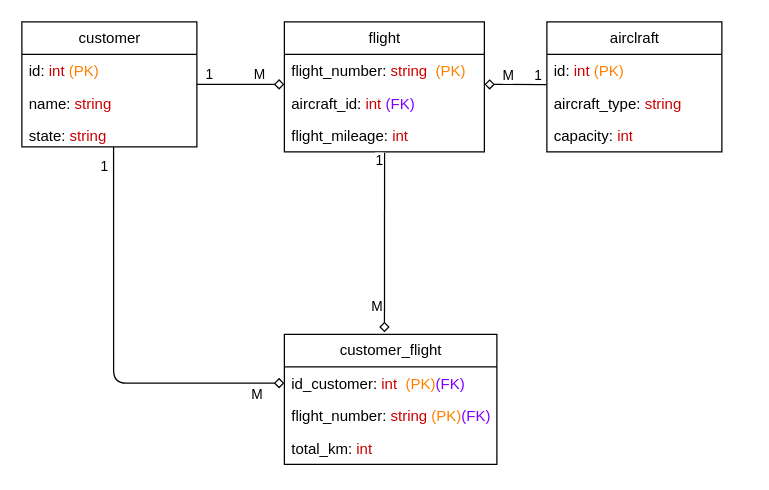
The draw.io diagram airline/airline.drawio in FelixRodriguezG/Enterprise-Java-Development-3.02, before the edit. Source tidied: cells renumbered, new cells numbered last; positions are measured from the earlier drawing's top-left corner, leaving out a move shared by most shapes. Both pictures are drawn from the tidied source at 125%, with x=0, y=0 at pixel (21, 21).
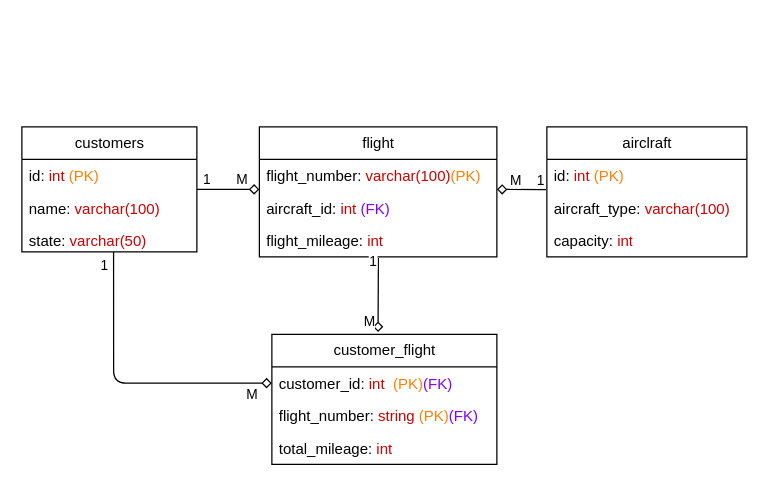
The same diagram, later.

Diff of the diagram source:
```diff
@@
     <mxCell id="2" value="flight" style="swimlane;fontStyle=0;horizontal=1;startSize=26;fillColor=none;html=1;" parent="1" vertex="1">
-      <mxGeometry x="210" width="160" height="104" as="geometry" />
+      <mxGeometry x="190" y="84" width="190" height="104" as="geometry" />
     </mxCell>
-    <mxCell id="3" value="&lt;span style=&quot;color: rgb(0, 0, 0);&quot;&gt;flight&lt;/span&gt;_number: &lt;font style=&quot;color: rgb(204, 0, 0);&quot;&gt;string&amp;nbsp; &lt;/font&gt;&lt;font style=&quot;color: rgb(255, 128, 0);&quot;&gt;(PK)&lt;/font&gt;" style="text;strokeColor=none;fillColor=none;align=left;verticalAlign=top;spacingLeft=4;spacingRight=4;overflow=hidden;points=[[0,0.5],[1,0.5]];portConstraint=eastwest;whiteSpace=wrap;html=1;" parent="2" vertex="1">
-      <mxGeometry y="26" width="160" height="26" as="geometry" />
+    <mxCell id="3" value="&lt;span style=&quot;color: rgb(0, 0, 0);&quot;&gt;flight&lt;/span&gt;_number:&amp;nbsp;&lt;font style=&quot;color: rgb(255, 128, 0);&quot;&gt;&lt;span style=&quot;color: rgb(204, 0, 0);&quot;&gt;varchar(100)&lt;/span&gt;(PK)&lt;/font&gt;" style="text;strokeColor=none;fillColor=none;align=left;verticalAlign=top;spacingLeft=4;spacingRight=4;overflow=hidden;points=[[0,0.5],[1,0.5]];portConstraint=eastwest;whiteSpace=wrap;html=1;" parent="2" vertex="1">
+      <mxGeometry y="26" width="190" height="26" as="geometry" />
     </mxCell>
     <mxCell id="4" value="aircraft_id: &lt;font style=&quot;color: rgb(204, 0, 0);&quot;&gt;int&amp;nbsp;&lt;/font&gt;&lt;font style=&quot;color: rgb(127, 0, 255);&quot;&gt;(FK)&lt;/font&gt;" style="text;strokeColor=none;fillColor=none;align=left;verticalAlign=top;spacingLeft=4;spacingRight=4;overflow=hidden;whiteSpace=wrap;html=1;" parent="2" vertex="1">
-      <mxGeometry y="52" width="160" height="26" as="geometry" />
+      <mxGeometry y="52" width="190" height="26" as="geometry" />
     </mxCell>
     <mxCell id="5" value="flight_mileage: &lt;font style=&quot;color: rgb(204, 0, 0);&quot;&gt;int&amp;nbsp;&lt;/font&gt;" style="text;strokeColor=none;fillColor=none;align=left;verticalAlign=top;spacingLeft=4;spacingRight=4;overflow=hidden;points=[[0,0.5],[1,0.5]];portConstraint=eastwest;whiteSpace=wrap;html=1;" parent="2" vertex="1">
-      <mxGeometry y="78" width="160" height="26" as="geometry" />
+      <mxGeometry y="78" width="190" height="26" as="geometry" />
     </mxCell>
@@
-    <mxCell id="9" value="customer" style="swimlane;fontStyle=0;horizontal=1;startSize=26;fillColor=none;html=1;" parent="1" vertex="1">
-      <mxGeometry width="140" height="100" as="geometry" />
+    <mxCell id="9" value="customers" style="swimlane;fontStyle=0;horizontal=1;startSize=26;fillColor=none;html=1;" parent="1" vertex="1">
+      <mxGeometry y="84" width="140" height="100" as="geometry" />
     </mxCell>
@@
-    <mxCell id="11" value="name: &lt;font style=&quot;color: rgb(204, 0, 0);&quot;&gt;string&lt;/font&gt;" style="text;strokeColor=none;fillColor=none;align=left;verticalAlign=top;spacingLeft=4;spacingRight=4;overflow=hidden;whiteSpace=wrap;html=1;" parent="9" vertex="1">
+    <mxCell id="11" value="name: &lt;font style=&quot;color: rgb(204, 0, 0);&quot;&gt;varchar(100)&lt;/font&gt;" style="text;strokeColor=none;fillColor=none;align=left;verticalAlign=top;spacingLeft=4;spacingRight=4;overflow=hidden;whiteSpace=wrap;html=1;" parent="9" vertex="1">
       <mxGeometry y="52" width="140" height="26" as="geometry" />
     </mxCell>
-    <mxCell id="12" value="state: &lt;font style=&quot;color: rgb(204, 0, 0);&quot;&gt;string&lt;/font&gt;" style="text;strokeColor=none;fillColor=none;align=left;verticalAlign=top;spacingLeft=4;spacingRight=4;overflow=hidden;points=[[0,0.5],[1,0.5]];portConstraint=eastwest;whiteSpace=wrap;html=1;" parent="9" vertex="1">
+    <mxCell id="12" value="state:&amp;nbsp;&lt;span style=&quot;color: rgb(204, 0, 0);&quot;&gt;varchar(50)&lt;/span&gt;" style="text;strokeColor=none;fillColor=none;align=left;verticalAlign=top;spacingLeft=4;spacingRight=4;overflow=hidden;points=[[0,0.5],[1,0.5]];portConstraint=eastwest;whiteSpace=wrap;html=1;" parent="9" vertex="1">
       <mxGeometry y="78" width="140" height="22" as="geometry" />
     </mxCell>
     <mxCell id="13" value="airclraft" style="swimlane;fontStyle=0;horizontal=1;startSize=26;fillColor=none;html=1;" parent="1" vertex="1">
-      <mxGeometry x="420" width="140" height="104" as="geometry" />
+      <mxGeometry x="420" y="84" width="160" height="104" as="geometry" />
     </mxCell>
     <mxCell id="14" value="id: &lt;font style=&quot;color: rgb(204, 0, 0);&quot;&gt;int&amp;nbsp;&lt;/font&gt;&lt;span style=&quot;color: rgb(255, 128, 0);&quot;&gt;(PK)&lt;/span&gt;" style="text;strokeColor=none;fillColor=none;align=left;verticalAlign=top;spacingLeft=4;spacingRight=4;overflow=hidden;points=[[0,0.5],[1,0.5]];portConstraint=eastwest;whiteSpace=wrap;html=1;" parent="13" vertex="1">
-      <mxGeometry y="26" width="140" height="26" as="geometry" />
+      <mxGeometry y="26" width="160" height="26" as="geometry" />
     </mxCell>
-    <mxCell id="15" value="aircraft_type: &lt;font style=&quot;color: rgb(204, 0, 0);&quot;&gt;string&lt;/font&gt;" style="text;strokeColor=none;fillColor=none;align=left;verticalAlign=top;spacingLeft=4;spacingRight=4;overflow=hidden;whiteSpace=wrap;html=1;" parent="13" vertex="1">
-      <mxGeometry y="52" width="140" height="26" as="geometry" />
+    <mxCell id="15" value="aircraft_type:&amp;nbsp;&lt;span style=&quot;color: rgb(204, 0, 0);&quot;&gt;varchar(100)&lt;/span&gt;" style="text;strokeColor=none;fillColor=none;align=left;verticalAlign=top;spacingLeft=4;spacingRight=4;overflow=hidden;whiteSpace=wrap;html=1;" parent="13" vertex="1">
+      <mxGeometry y="52" width="160" height="26" as="geometry" />
     </mxCell>
     <mxCell id="16" value="capacity: &lt;font style=&quot;color: rgb(204, 0, 0);&quot;&gt;int&lt;/font&gt;" style="text;strokeColor=none;fillColor=none;align=left;verticalAlign=top;spacingLeft=4;spacingRight=4;overflow=hidden;whiteSpace=wrap;html=1;" parent="13" vertex="1">
-      <mxGeometry y="78" width="140" height="26" as="geometry" />
+      <mxGeometry y="78" width="160" height="26" as="geometry" />
     </mxCell>
     <mxCell id="17" value="customer_flight" style="swimlane;fontStyle=0;horizontal=1;startSize=26;fillColor=none;html=1;" parent="1" vertex="1">
-      <mxGeometry x="210" y="250" width="170" height="104" as="geometry" />
+      <mxGeometry x="200" y="250" width="180" height="104" as="geometry" />
     </mxCell>
-    <mxCell id="18" value="id_customer: &lt;font style=&quot;color: rgb(204, 0, 0);&quot;&gt;int&amp;nbsp;&amp;nbsp;&lt;/font&gt;&lt;span style=&quot;color: rgb(255, 128, 0);&quot;&gt;(PK)&lt;/span&gt;&lt;span style=&quot;color: rgb(255, 128, 0);&quot;&gt;&lt;font style=&quot;color: rgb(127, 0, 255);&quot;&gt;(FK)&lt;/font&gt;&lt;/span&gt;" style="text;strokeColor=none;fillColor=none;align=left;verticalAlign=top;spacingLeft=4;spacingRight=4;overflow=hidden;points=[[0,0.5],[1,0.5]];portConstraint=eastwest;whiteSpace=wrap;html=1;" parent="17" vertex="1">
-      <mxGeometry y="26" width="170" height="26" as="geometry" />
+    <mxCell id="18" value="customer_id: &lt;font style=&quot;color: rgb(204, 0, 0);&quot;&gt;int&amp;nbsp;&amp;nbsp;&lt;/font&gt;&lt;span style=&quot;color: rgb(255, 128, 0);&quot;&gt;(PK)&lt;/span&gt;&lt;span style=&quot;color: rgb(255, 128, 0);&quot;&gt;&lt;font style=&quot;color: rgb(127, 0, 255);&quot;&gt;(FK)&lt;/font&gt;&lt;/span&gt;" style="text;strokeColor=none;fillColor=none;align=left;verticalAlign=top;spacingLeft=4;spacingRight=4;overflow=hidden;points=[[0,0.5],[1,0.5]];portConstraint=eastwest;whiteSpace=wrap;html=1;" parent="17" vertex="1">
+      <mxGeometry y="26" width="180" height="26" as="geometry" />
     </mxCell>
     <mxCell id="19" value="&lt;span style=&quot;color: rgb(0, 0, 0);&quot;&gt;flight&lt;/span&gt;_number: &lt;font style=&quot;color: rgb(204, 0, 0);&quot;&gt;string&amp;nbsp;&lt;/font&gt;&lt;span style=&quot;color: rgb(255, 128, 0);&quot;&gt;(PK)&lt;/span&gt;&lt;span style=&quot;color: rgb(255, 128, 0);&quot;&gt;&lt;font style=&quot;color: rgb(127, 0, 255);&quot;&gt;(FK)&lt;/font&gt;&lt;/span&gt;" style="text;strokeColor=none;fillColor=none;align=left;verticalAlign=top;spacingLeft=4;spacingRight=4;overflow=hidden;whiteSpace=wrap;html=1;" parent="17" vertex="1">
-      <mxGeometry y="52" width="170" height="26" as="geometry" />
+      <mxGeometry y="52" width="180" height="26" as="geometry" />
     </mxCell>
-    <mxCell id="20" value="total_km: &lt;font style=&quot;color: rgb(204, 0, 0);&quot;&gt;int&lt;/font&gt;" style="text;strokeColor=none;fillColor=none;align=left;verticalAlign=top;spacingLeft=4;spacingRight=4;overflow=hidden;whiteSpace=wrap;html=1;" parent="17" vertex="1">
-      <mxGeometry y="78" width="170" height="26" as="geometry" />
+    <mxCell id="20" value="total_mileage: &lt;font style=&quot;color: rgb(204, 0, 0);&quot;&gt;int&lt;/font&gt;" style="text;strokeColor=none;fillColor=none;align=left;verticalAlign=top;spacingLeft=4;spacingRight=4;overflow=hidden;whiteSpace=wrap;html=1;" parent="17" vertex="1">
+      <mxGeometry y="78" width="180" height="26" as="geometry" />
     </mxCell>
@@
-    <mxCell id="27" style="html=1;entryX=0.471;entryY=-0.016;entryDx=0;entryDy=0;endArrow=diamond;endFill=0;exitX=0.501;exitY=1.034;exitDx=0;exitDy=0;exitPerimeter=0;entryPerimeter=0;" parent="1" edge="1" source="5" target="17">
+    <mxCell id="27" style="html=1;endArrow=diamond;endFill=0;exitX=0.501;exitY=1.034;exitDx=0;exitDy=0;exitPerimeter=0;entryX=0.472;entryY=-0.018;entryDx=0;entryDy=0;entryPerimeter=0;" parent="1" edge="1" source="5" target="17">
       <mxGeometry relative="1" as="geometry" />
     </mxCell>
```
